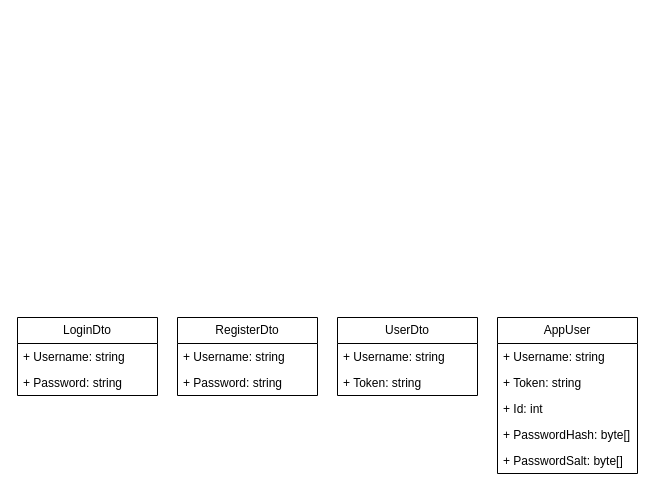
i-am-nikhil/DatingApp keeps this draw.io diagram as DatingApp.drawio. Above is the earlier version. Source tidied: cells renumbered, new cells numbered last; positions are measured from the earlier drawing's top-left corner, leaving out a move shared by most shapes. Both pictures are drawn from the tidied source at 100%, with x=0, y=0 at pixel (17, 317).
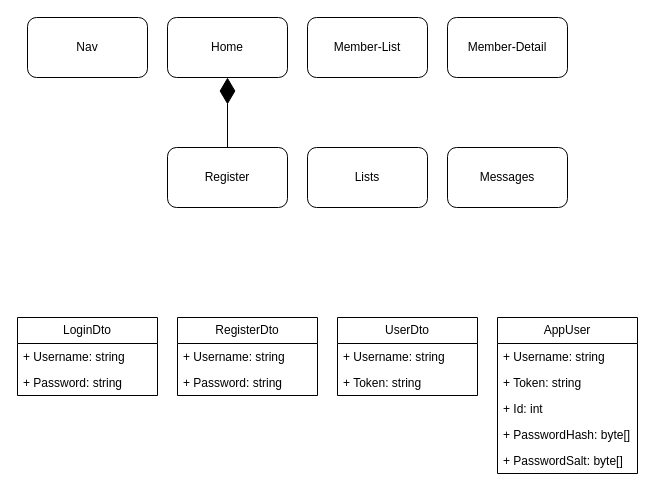
The same page after the edit.

What changed in the source:
```diff
@@
+    <mxCell id="17" value="Nav" style="rounded=1;whiteSpace=wrap;html=1;" parent="1" vertex="1">
+      <mxGeometry x="10" y="-300" width="120" height="60" as="geometry" />
+    </mxCell>
+    <mxCell id="18" value="Home" style="rounded=1;whiteSpace=wrap;html=1;" parent="1" vertex="1">
+      <mxGeometry x="150" y="-300" width="120" height="60" as="geometry" />
+    </mxCell>
+    <mxCell id="19" value="Register" style="rounded=1;whiteSpace=wrap;html=1;" parent="1" vertex="1">
+      <mxGeometry x="150" y="-170" width="120" height="60" as="geometry" />
+    </mxCell>
+    <mxCell id="20" style="endArrow=diamondThin;endFill=1;endSize=24;html=1;rounded=0;entryX=0.5;entryY=1;entryDx=0;entryDy=0;exitX=0.5;exitY=0;exitDx=0;exitDy=0;" parent="1" edge="1" source="19" target="18">
+      <mxGeometry relative="1" as="geometry" />
+    </mxCell>
+    <mxCell id="21" value="Member-List" style="rounded=1;whiteSpace=wrap;html=1;" parent="1" vertex="1">
+      <mxGeometry x="290" y="-300" width="120" height="60" as="geometry" />
+    </mxCell>
+    <mxCell id="22" value="Member-Detail" style="rounded=1;whiteSpace=wrap;html=1;" parent="1" vertex="1">
+      <mxGeometry x="430" y="-300" width="120" height="60" as="geometry" />
+    </mxCell>
+    <mxCell id="23" value="Lists" style="rounded=1;whiteSpace=wrap;html=1;" parent="1" vertex="1">
+      <mxGeometry x="290" y="-170" width="120" height="60" as="geometry" />
+    </mxCell>
+    <mxCell id="24" value="Messages" style="rounded=1;whiteSpace=wrap;html=1;" parent="1" vertex="1">
+      <mxGeometry x="430" y="-170" width="120" height="60" as="geometry" />
+    </mxCell>
```
